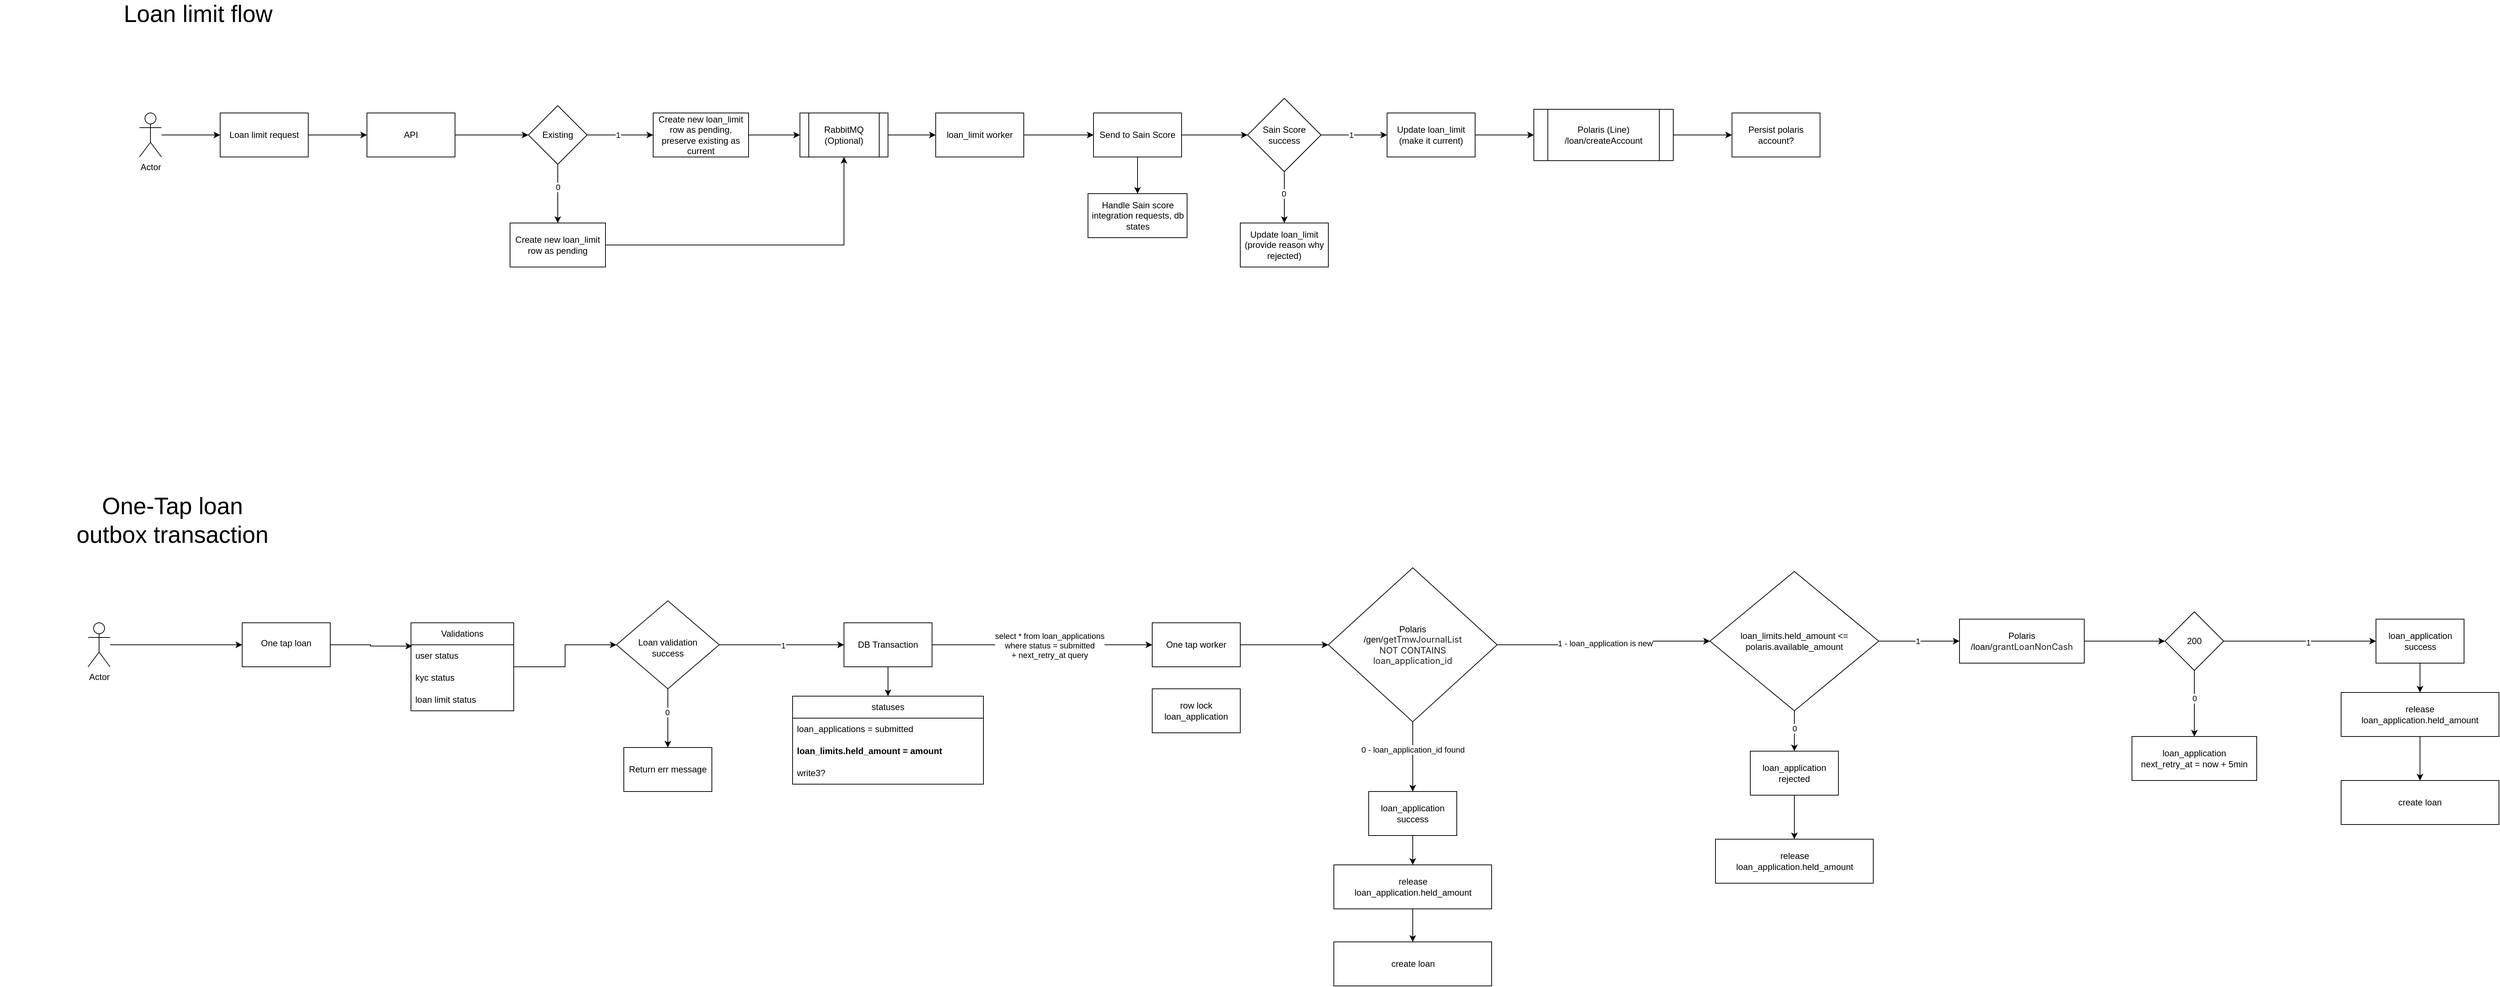
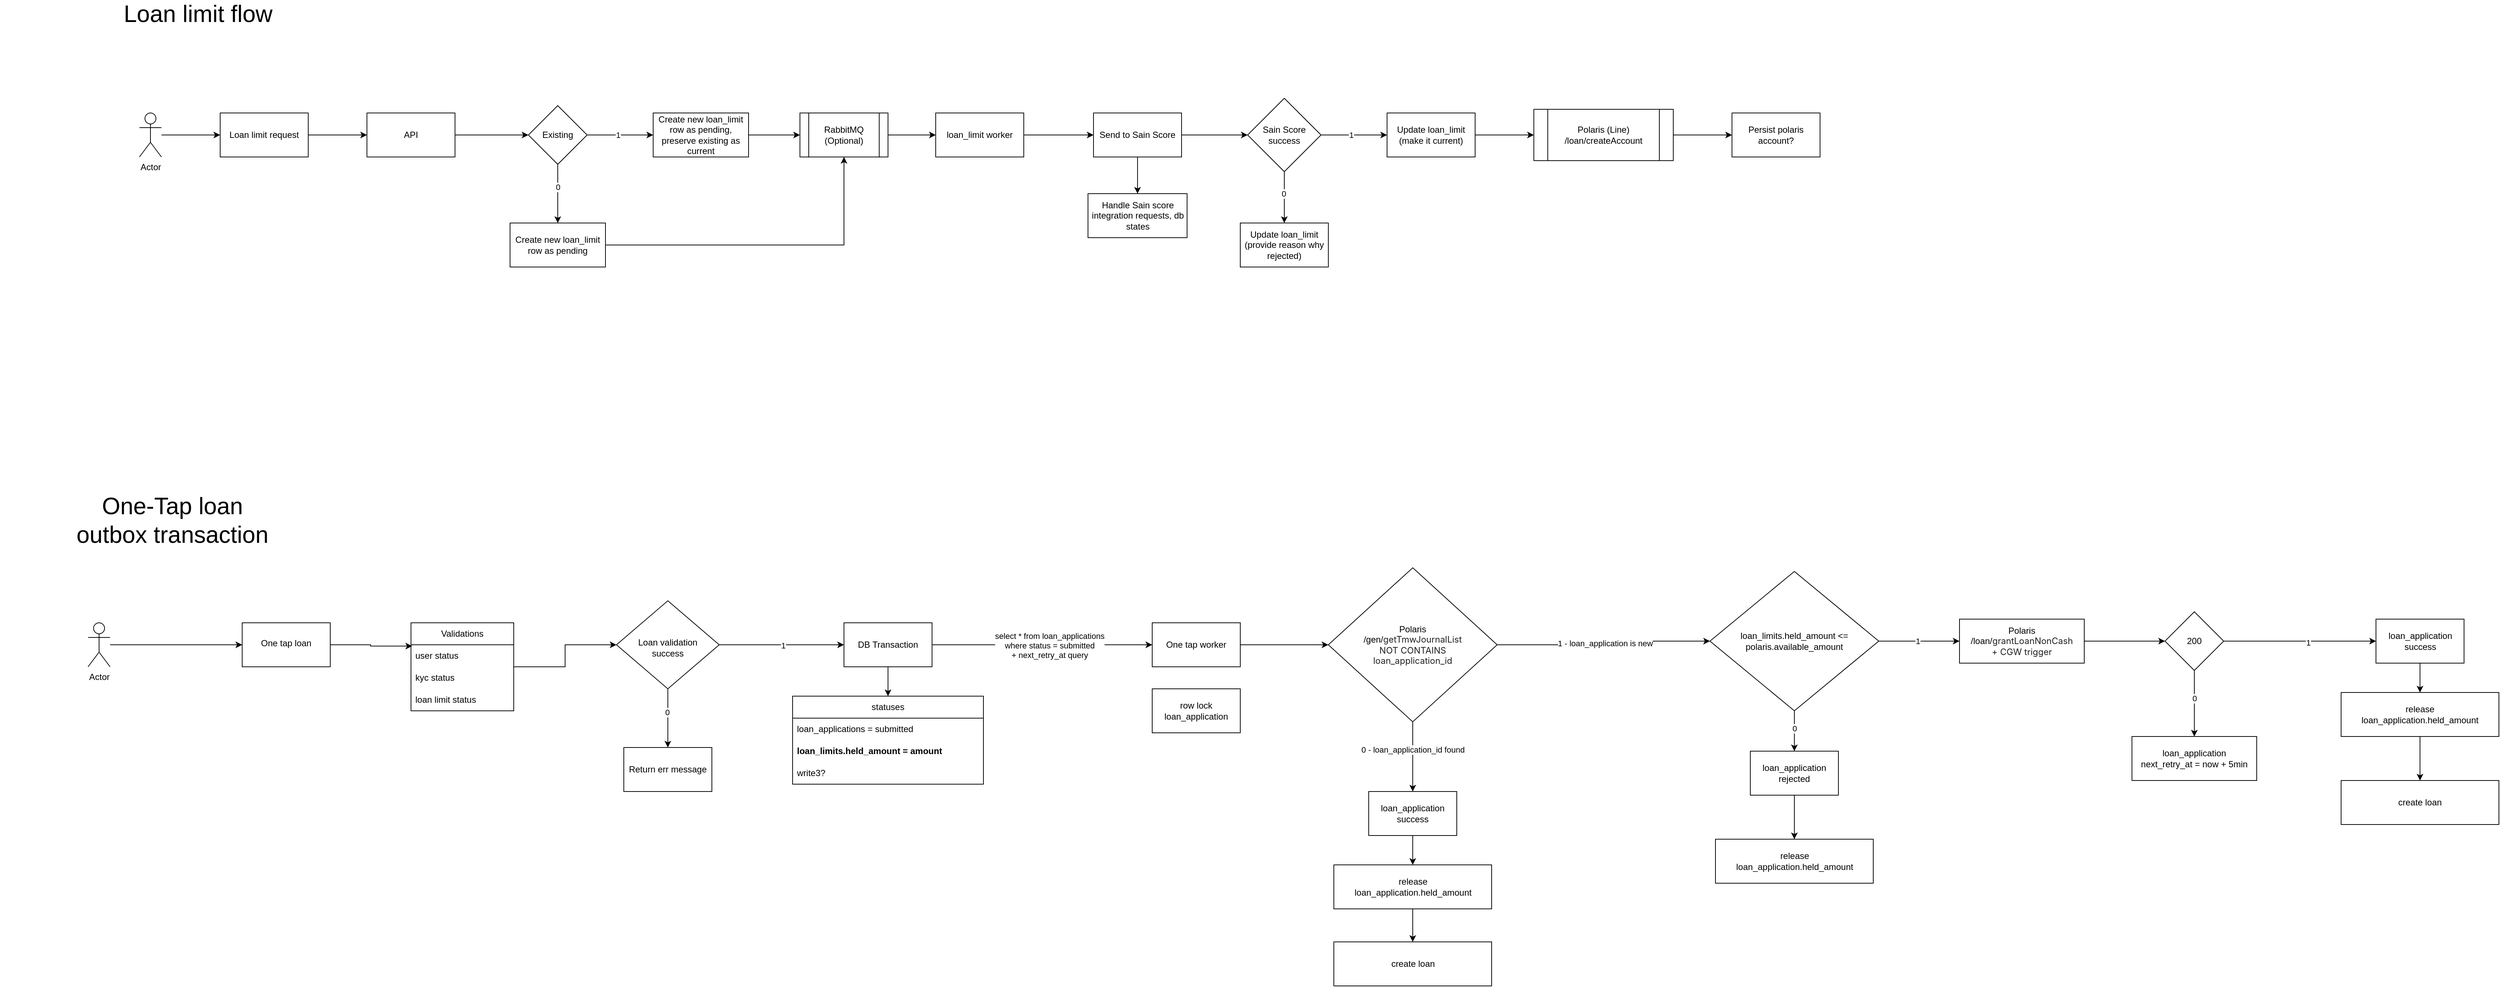
<mxfile host="app.diagrams.net">
  <diagram name="Page-1" id="VCBSuIh8bz7kurrQ0Zaz">
-     <mxGraphModel dx="2067" dy="712" grid="1" gridSize="10" guides="1" tooltips="1" connect="1" arrows="1" fold="1" page="1" pageScale="1" pageWidth="850" pageHeight="1100" math="0" shadow="0">
+     <mxGraphModel dx="2425" dy="921" grid="1" gridSize="10" guides="1" tooltips="1" connect="1" arrows="1" fold="1" page="1" pageScale="1" pageWidth="850" pageHeight="1100" math="0" shadow="0">
      <root>
        <mxCell id="0" />
        <mxCell id="1" parent="0" />
        <mxCell id="KqixbsF9o6dLofBvsG9t-5" edge="1" parent="1" source="KqixbsF9o6dLofBvsG9t-1" style="edgeStyle=orthogonalEdgeStyle;rounded=0;orthogonalLoop=1;jettySize=auto;html=1;" target="KqixbsF9o6dLofBvsG9t-4" value="">
          <mxGeometry relative="1" as="geometry" />
        </mxCell>
        <mxCell id="KqixbsF9o6dLofBvsG9t-1" parent="1" style="rounded=0;whiteSpace=wrap;html=1;" value="Loan limit request" vertex="1">
          <mxGeometry height="60" width="120" x="150" y="210" as="geometry" />
        </mxCell>
        <mxCell id="KqixbsF9o6dLofBvsG9t-3" edge="1" parent="1" source="KqixbsF9o6dLofBvsG9t-2" style="edgeStyle=orthogonalEdgeStyle;rounded=0;orthogonalLoop=1;jettySize=auto;html=1;" target="KqixbsF9o6dLofBvsG9t-1" value="">
          <mxGeometry relative="1" as="geometry" />
        </mxCell>
        <mxCell id="KqixbsF9o6dLofBvsG9t-2" parent="1" style="shape=umlActor;verticalLabelPosition=bottom;verticalAlign=top;html=1;outlineConnect=0;" value="Actor" vertex="1">
          <mxGeometry height="60" width="30" x="40" y="210" as="geometry" />
        </mxCell>
        <mxCell id="KqixbsF9o6dLofBvsG9t-9" edge="1" parent="1" source="KqixbsF9o6dLofBvsG9t-4" style="edgeStyle=orthogonalEdgeStyle;rounded=0;orthogonalLoop=1;jettySize=auto;html=1;" target="KqixbsF9o6dLofBvsG9t-8" value="">
          <mxGeometry relative="1" as="geometry" />
        </mxCell>
        <mxCell id="KqixbsF9o6dLofBvsG9t-4" parent="1" style="rounded=0;whiteSpace=wrap;html=1;" value="API" vertex="1">
          <mxGeometry height="60" width="120" x="350" y="210" as="geometry" />
        </mxCell>
        <mxCell id="KqixbsF9o6dLofBvsG9t-11" edge="1" parent="1" source="KqixbsF9o6dLofBvsG9t-8" style="edgeStyle=orthogonalEdgeStyle;rounded=0;orthogonalLoop=1;jettySize=auto;html=1;" target="KqixbsF9o6dLofBvsG9t-10" value="">
          <mxGeometry relative="1" as="geometry" />
        </mxCell>
        <mxCell id="KqixbsF9o6dLofBvsG9t-12" connectable="0" parent="KqixbsF9o6dLofBvsG9t-11" style="edgeLabel;html=1;align=center;verticalAlign=middle;resizable=0;points=[];" value="1" vertex="1">
          <mxGeometry relative="1" x="-0.079" as="geometry">
            <mxPoint as="offset" />
          </mxGeometry>
        </mxCell>
        <mxCell id="KqixbsF9o6dLofBvsG9t-14" edge="1" parent="1" source="KqixbsF9o6dLofBvsG9t-8" style="edgeStyle=orthogonalEdgeStyle;rounded=0;orthogonalLoop=1;jettySize=auto;html=1;" target="KqixbsF9o6dLofBvsG9t-13" value="">
          <mxGeometry relative="1" as="geometry" />
        </mxCell>
        <mxCell id="KqixbsF9o6dLofBvsG9t-15" connectable="0" parent="KqixbsF9o6dLofBvsG9t-14" style="edgeLabel;html=1;align=center;verticalAlign=middle;resizable=0;points=[];" value="0" vertex="1">
          <mxGeometry relative="1" x="-0.2407" as="geometry">
            <mxPoint as="offset" />
          </mxGeometry>
        </mxCell>
        <mxCell id="KqixbsF9o6dLofBvsG9t-8" parent="1" style="rhombus;whiteSpace=wrap;html=1;rounded=0;" value="Existing" vertex="1">
          <mxGeometry height="80" width="80" x="570" y="200" as="geometry" />
        </mxCell>
        <mxCell id="KqixbsF9o6dLofBvsG9t-23" edge="1" parent="1" source="KqixbsF9o6dLofBvsG9t-10" style="edgeStyle=orthogonalEdgeStyle;rounded=0;orthogonalLoop=1;jettySize=auto;html=1;" target="KqixbsF9o6dLofBvsG9t-22" value="">
          <mxGeometry relative="1" as="geometry" />
        </mxCell>
        <mxCell id="KqixbsF9o6dLofBvsG9t-10" parent="1" style="whiteSpace=wrap;html=1;rounded=0;" value="Create new loan_limit row as pending, preserve existing as current" vertex="1">
          <mxGeometry height="60" width="130" x="740" y="210" as="geometry" />
        </mxCell>
        <mxCell id="KqixbsF9o6dLofBvsG9t-26" edge="1" parent="1" source="KqixbsF9o6dLofBvsG9t-13" style="edgeStyle=orthogonalEdgeStyle;rounded=0;orthogonalLoop=1;jettySize=auto;html=1;entryX=0.5;entryY=1;entryDx=0;entryDy=0;" target="KqixbsF9o6dLofBvsG9t-22">
          <mxGeometry relative="1" as="geometry" />
        </mxCell>
        <mxCell id="KqixbsF9o6dLofBvsG9t-13" parent="1" style="whiteSpace=wrap;html=1;rounded=0;" value="Create new loan_limit row as pending" vertex="1">
          <mxGeometry height="60" width="130" x="545" y="360" as="geometry" />
        </mxCell>
        <mxCell id="KqixbsF9o6dLofBvsG9t-25" edge="1" parent="1" source="KqixbsF9o6dLofBvsG9t-22" style="edgeStyle=orthogonalEdgeStyle;rounded=0;orthogonalLoop=1;jettySize=auto;html=1;" target="KqixbsF9o6dLofBvsG9t-24" value="">
          <mxGeometry relative="1" as="geometry" />
        </mxCell>
        <mxCell id="KqixbsF9o6dLofBvsG9t-22" parent="1" style="shape=process;whiteSpace=wrap;html=1;backgroundOutline=1;rounded=0;" value="RabbitMQ (Optional)" vertex="1">
          <mxGeometry height="60" width="120" x="940" y="210" as="geometry" />
        </mxCell>
        <mxCell id="KqixbsF9o6dLofBvsG9t-28" edge="1" parent="1" source="KqixbsF9o6dLofBvsG9t-24" style="edgeStyle=orthogonalEdgeStyle;rounded=0;orthogonalLoop=1;jettySize=auto;html=1;" target="KqixbsF9o6dLofBvsG9t-27" value="">
          <mxGeometry relative="1" as="geometry" />
        </mxCell>
        <mxCell id="KqixbsF9o6dLofBvsG9t-24" parent="1" style="whiteSpace=wrap;html=1;rounded=0;" value="loan_limit worker" vertex="1">
          <mxGeometry height="60" width="120" x="1125" y="210" as="geometry" />
        </mxCell>
        <mxCell id="KqixbsF9o6dLofBvsG9t-30" edge="1" parent="1" source="KqixbsF9o6dLofBvsG9t-27" style="edgeStyle=orthogonalEdgeStyle;rounded=0;orthogonalLoop=1;jettySize=auto;html=1;" target="KqixbsF9o6dLofBvsG9t-29" value="">
          <mxGeometry relative="1" as="geometry" />
        </mxCell>
        <mxCell id="KqixbsF9o6dLofBvsG9t-38" edge="1" parent="1" source="KqixbsF9o6dLofBvsG9t-27" style="edgeStyle=orthogonalEdgeStyle;rounded=0;orthogonalLoop=1;jettySize=auto;html=1;" target="KqixbsF9o6dLofBvsG9t-37" value="">
          <mxGeometry relative="1" as="geometry" />
        </mxCell>
        <mxCell id="KqixbsF9o6dLofBvsG9t-27" parent="1" style="whiteSpace=wrap;html=1;rounded=0;" value="Send to Sain Score" vertex="1">
          <mxGeometry height="60" width="120" x="1340" y="210" as="geometry" />
        </mxCell>
        <mxCell id="KqixbsF9o6dLofBvsG9t-32" edge="1" parent="1" source="KqixbsF9o6dLofBvsG9t-29" style="edgeStyle=orthogonalEdgeStyle;rounded=0;orthogonalLoop=1;jettySize=auto;html=1;" target="KqixbsF9o6dLofBvsG9t-31" value="">
          <mxGeometry relative="1" as="geometry" />
        </mxCell>
        <mxCell id="KqixbsF9o6dLofBvsG9t-33" connectable="0" parent="KqixbsF9o6dLofBvsG9t-32" style="edgeLabel;html=1;align=center;verticalAlign=middle;resizable=0;points=[];" value="1" vertex="1">
          <mxGeometry relative="1" x="-0.1048" as="geometry">
            <mxPoint as="offset" />
          </mxGeometry>
        </mxCell>
        <mxCell id="KqixbsF9o6dLofBvsG9t-35" edge="1" parent="1" source="KqixbsF9o6dLofBvsG9t-29" style="edgeStyle=orthogonalEdgeStyle;rounded=0;orthogonalLoop=1;jettySize=auto;html=1;" target="KqixbsF9o6dLofBvsG9t-34" value="">
          <mxGeometry relative="1" as="geometry" />
        </mxCell>
        <mxCell id="KqixbsF9o6dLofBvsG9t-36" connectable="0" parent="KqixbsF9o6dLofBvsG9t-35" style="edgeLabel;html=1;align=center;verticalAlign=middle;resizable=0;points=[];" value="0" vertex="1">
          <mxGeometry relative="1" x="-0.1429" y="-1" as="geometry">
            <mxPoint as="offset" />
          </mxGeometry>
        </mxCell>
        <mxCell id="KqixbsF9o6dLofBvsG9t-29" parent="1" style="rhombus;whiteSpace=wrap;html=1;rounded=0;" value="Sain Score success" vertex="1">
          <mxGeometry height="100" width="100" x="1550" y="190" as="geometry" />
        </mxCell>
        <mxCell id="KqixbsF9o6dLofBvsG9t-66" edge="1" parent="1" source="KqixbsF9o6dLofBvsG9t-31" style="edgeStyle=orthogonalEdgeStyle;rounded=0;orthogonalLoop=1;jettySize=auto;html=1;" target="KqixbsF9o6dLofBvsG9t-65" value="">
          <mxGeometry relative="1" as="geometry" />
        </mxCell>
        <mxCell id="KqixbsF9o6dLofBvsG9t-31" parent="1" style="whiteSpace=wrap;html=1;rounded=0;" value="Update loan_limit (make it current)" vertex="1">
          <mxGeometry height="60" width="120" x="1740" y="210" as="geometry" />
        </mxCell>
        <mxCell id="KqixbsF9o6dLofBvsG9t-34" parent="1" style="whiteSpace=wrap;html=1;rounded=0;" value="Update loan_limit&lt;br&gt;(provide reason why rejected)" vertex="1">
          <mxGeometry height="60" width="120" x="1540" y="360" as="geometry" />
        </mxCell>
        <mxCell id="KqixbsF9o6dLofBvsG9t-37" parent="1" style="whiteSpace=wrap;html=1;rounded=0;" value="Handle Sain score integration requests, db states" vertex="1">
          <mxGeometry height="60" width="135" x="1332.5" y="320" as="geometry" />
        </mxCell>
        <mxCell id="KqixbsF9o6dLofBvsG9t-40" parent="1" style="text;html=1;whiteSpace=wrap;strokeColor=none;fillColor=none;align=center;verticalAlign=middle;rounded=0;fontSize=32;" value="Loan limit flow" vertex="1">
          <mxGeometry height="30" width="260" x="-10" y="60" as="geometry" />
        </mxCell>
        <mxCell id="KqixbsF9o6dLofBvsG9t-74" edge="1" parent="1" source="KqixbsF9o6dLofBvsG9t-65" style="edgeStyle=orthogonalEdgeStyle;rounded=0;orthogonalLoop=1;jettySize=auto;html=1;" target="KqixbsF9o6dLofBvsG9t-73" value="">
          <mxGeometry relative="1" as="geometry" />
        </mxCell>
        <mxCell id="KqixbsF9o6dLofBvsG9t-65" parent="1" style="shape=process;whiteSpace=wrap;html=1;backgroundOutline=1;rounded=0;" value="Polaris (Line)&lt;br&gt;/loan/createAccount" vertex="1">
          <mxGeometry height="70" width="190" x="1940" y="205" as="geometry" />
        </mxCell>
        <mxCell id="KqixbsF9o6dLofBvsG9t-73" parent="1" style="whiteSpace=wrap;html=1;rounded=0;" value="Persist polaris account?" vertex="1">
          <mxGeometry height="60" width="120" x="2210" y="210" as="geometry" />
        </mxCell>
        <mxCell id="U8Ajh8Gpa-m2DNKNFQys-1" parent="1" style="text;html=1;whiteSpace=wrap;strokeColor=none;fillColor=none;align=center;verticalAlign=middle;rounded=0;fontSize=32;" value="One-Tap loan&lt;br&gt;outbox transaction" vertex="1">
          <mxGeometry height="30" width="470" x="-150" y="750" as="geometry" />
        </mxCell>
        <mxCell id="In8fDh9ZLN2M87an2Miy-1" edge="1" parent="1" source="In8fDh9ZLN2M87an2Miy-2" style="edgeStyle=orthogonalEdgeStyle;rounded=0;orthogonalLoop=1;jettySize=auto;html=1;" target="In8fDh9ZLN2M87an2Miy-4" value="">
          <mxGeometry relative="1" as="geometry" />
        </mxCell>
        <mxCell id="In8fDh9ZLN2M87an2Miy-2" parent="1" style="shape=umlActor;verticalLabelPosition=bottom;verticalAlign=top;html=1;outlineConnect=0;" value="Actor" vertex="1">
          <mxGeometry height="60" width="30" x="-30" y="905" as="geometry" />
        </mxCell>
        <mxCell id="In8fDh9ZLN2M87an2Miy-3" edge="1" parent="1" source="In8fDh9ZLN2M87an2Miy-4" style="edgeStyle=orthogonalEdgeStyle;rounded=0;orthogonalLoop=1;jettySize=auto;html=1;entryX=0.011;entryY=0.06;entryDx=0;entryDy=0;entryPerimeter=0;" target="In8fDh9ZLN2M87an2Miy-28" value="">
          <mxGeometry relative="1" as="geometry">
            <mxPoint x="390" y="935" as="targetPoint" />
          </mxGeometry>
        </mxCell>
        <mxCell id="In8fDh9ZLN2M87an2Miy-4" parent="1" style="whiteSpace=wrap;html=1;verticalAlign=top;" value="&lt;div&gt;&lt;br&gt;&lt;/div&gt;&lt;div&gt;One tap loan&lt;/div&gt;" vertex="1">
          <mxGeometry height="60" width="120" x="180" y="905" as="geometry" />
        </mxCell>
        <mxCell id="In8fDh9ZLN2M87an2Miy-5" edge="1" parent="1" source="In8fDh9ZLN2M87an2Miy-9" style="edgeStyle=orthogonalEdgeStyle;rounded=0;orthogonalLoop=1;jettySize=auto;html=1;" target="In8fDh9ZLN2M87an2Miy-12" value="">
          <mxGeometry relative="1" as="geometry" />
        </mxCell>
        <mxCell id="In8fDh9ZLN2M87an2Miy-6" connectable="0" parent="In8fDh9ZLN2M87an2Miy-5" style="edgeLabel;html=1;align=center;verticalAlign=middle;resizable=0;points=[];" value="1" vertex="1">
          <mxGeometry relative="1" x="0.0162" y="-1" as="geometry">
            <mxPoint as="offset" />
          </mxGeometry>
        </mxCell>
        <mxCell id="In8fDh9ZLN2M87an2Miy-7" edge="1" parent="1" source="In8fDh9ZLN2M87an2Miy-9" style="edgeStyle=orthogonalEdgeStyle;rounded=0;orthogonalLoop=1;jettySize=auto;html=1;" target="In8fDh9ZLN2M87an2Miy-13" value="">
          <mxGeometry relative="1" as="geometry" />
        </mxCell>
        <mxCell id="In8fDh9ZLN2M87an2Miy-8" connectable="0" parent="In8fDh9ZLN2M87an2Miy-7" style="edgeLabel;html=1;align=center;verticalAlign=middle;resizable=0;points=[];" value="0" vertex="1">
          <mxGeometry relative="1" x="-0.2091" y="-1" as="geometry">
            <mxPoint as="offset" />
          </mxGeometry>
        </mxCell>
        <mxCell id="In8fDh9ZLN2M87an2Miy-9" parent="1" style="rhombus;whiteSpace=wrap;html=1;verticalAlign=top;" value="&lt;br&gt;&lt;br&gt;&lt;div&gt;&lt;br&gt;&lt;/div&gt;&lt;div&gt;Loan validation&lt;br&gt;success&lt;/div&gt;" vertex="1">
          <mxGeometry height="120" width="140" x="690" y="875" as="geometry" />
        </mxCell>
        <mxCell id="In8fDh9ZLN2M87an2Miy-10" edge="1" parent="1" source="In8fDh9ZLN2M87an2Miy-12" style="edgeStyle=orthogonalEdgeStyle;rounded=0;orthogonalLoop=1;jettySize=auto;html=1;entryX=0.5;entryY=0;entryDx=0;entryDy=0;" target="In8fDh9ZLN2M87an2Miy-14">
          <mxGeometry relative="1" as="geometry" />
        </mxCell>
        <mxCell id="In8fDh9ZLN2M87an2Miy-54" edge="1" parent="1" source="In8fDh9ZLN2M87an2Miy-12" style="edgeStyle=orthogonalEdgeStyle;rounded=0;orthogonalLoop=1;jettySize=auto;html=1;" target="In8fDh9ZLN2M87an2Miy-53" value="">
          <mxGeometry relative="1" as="geometry" />
        </mxCell>
        <mxCell id="In8fDh9ZLN2M87an2Miy-55" connectable="0" parent="In8fDh9ZLN2M87an2Miy-54" style="edgeLabel;html=1;align=center;verticalAlign=middle;resizable=0;points=[];" value="select * from loan_applications&lt;br&gt;where status = submitted&lt;br&gt;+ next_retry_at query" vertex="1">
          <mxGeometry relative="1" x="0.0637" y="-1" as="geometry">
            <mxPoint as="offset" />
          </mxGeometry>
        </mxCell>
        <mxCell id="In8fDh9ZLN2M87an2Miy-12" parent="1" style="whiteSpace=wrap;html=1;verticalAlign=middle;" value="DB Transaction" vertex="1">
          <mxGeometry height="60" width="120" x="1000" y="905" as="geometry" />
        </mxCell>
        <mxCell id="In8fDh9ZLN2M87an2Miy-13" parent="1" style="whiteSpace=wrap;html=1;verticalAlign=middle;" value="Return err message" vertex="1">
          <mxGeometry height="60" width="120" x="700" y="1075" as="geometry" />
        </mxCell>
        <mxCell id="In8fDh9ZLN2M87an2Miy-14" parent="1" style="swimlane;fontStyle=0;childLayout=stackLayout;horizontal=1;startSize=30;horizontalStack=0;resizeParent=1;resizeParentMax=0;resizeLast=0;collapsible=1;marginBottom=0;whiteSpace=wrap;html=1;" value="statuses" vertex="1">
          <mxGeometry height="120" width="260" x="930" y="1005" as="geometry" />
        </mxCell>
        <mxCell id="In8fDh9ZLN2M87an2Miy-15" parent="In8fDh9ZLN2M87an2Miy-14" style="text;strokeColor=none;fillColor=none;align=left;verticalAlign=middle;spacingLeft=4;spacingRight=4;overflow=hidden;points=[[0,0.5],[1,0.5]];portConstraint=eastwest;rotatable=0;whiteSpace=wrap;html=1;" value="loan_applications = submitted" vertex="1">
          <mxGeometry height="30" width="260" y="30" as="geometry" />
        </mxCell>
        <mxCell id="In8fDh9ZLN2M87an2Miy-16" parent="In8fDh9ZLN2M87an2Miy-14" style="text;strokeColor=none;fillColor=none;align=left;verticalAlign=middle;spacingLeft=4;spacingRight=4;overflow=hidden;points=[[0,0.5],[1,0.5]];portConstraint=eastwest;rotatable=0;whiteSpace=wrap;html=1;fontStyle=1" value="loan_limits.held_amount = amount" vertex="1">
          <mxGeometry height="30" width="260" y="60" as="geometry" />
        </mxCell>
        <mxCell id="In8fDh9ZLN2M87an2Miy-17" parent="In8fDh9ZLN2M87an2Miy-14" style="text;strokeColor=none;fillColor=none;align=left;verticalAlign=middle;spacingLeft=4;spacingRight=4;overflow=hidden;points=[[0,0.5],[1,0.5]];portConstraint=eastwest;rotatable=0;whiteSpace=wrap;html=1;" value="write3?" vertex="1">
          <mxGeometry height="30" width="260" y="90" as="geometry" />
        </mxCell>
        <mxCell id="In8fDh9ZLN2M87an2Miy-32" edge="1" parent="1" source="In8fDh9ZLN2M87an2Miy-27" style="edgeStyle=orthogonalEdgeStyle;rounded=0;orthogonalLoop=1;jettySize=auto;html=1;entryX=0;entryY=0.5;entryDx=0;entryDy=0;" target="In8fDh9ZLN2M87an2Miy-9">
          <mxGeometry relative="1" as="geometry" />
        </mxCell>
        <mxCell id="In8fDh9ZLN2M87an2Miy-27" parent="1" style="swimlane;fontStyle=0;childLayout=stackLayout;horizontal=1;startSize=30;horizontalStack=0;resizeParent=1;resizeParentMax=0;resizeLast=0;collapsible=1;marginBottom=0;whiteSpace=wrap;html=1;" value="Validations" vertex="1">
          <mxGeometry height="120" width="140" x="410" y="905" as="geometry" />
        </mxCell>
        <mxCell id="In8fDh9ZLN2M87an2Miy-28" parent="In8fDh9ZLN2M87an2Miy-27" style="text;strokeColor=none;fillColor=none;align=left;verticalAlign=middle;spacingLeft=4;spacingRight=4;overflow=hidden;points=[[0,0.5],[1,0.5]];portConstraint=eastwest;rotatable=0;whiteSpace=wrap;html=1;" value="user status" vertex="1">
          <mxGeometry height="30" width="140" y="30" as="geometry" />
        </mxCell>
        <mxCell id="In8fDh9ZLN2M87an2Miy-29" parent="In8fDh9ZLN2M87an2Miy-27" style="text;strokeColor=none;fillColor=none;align=left;verticalAlign=middle;spacingLeft=4;spacingRight=4;overflow=hidden;points=[[0,0.5],[1,0.5]];portConstraint=eastwest;rotatable=0;whiteSpace=wrap;html=1;" value="kyc status" vertex="1">
          <mxGeometry height="30" width="140" y="60" as="geometry" />
        </mxCell>
        <mxCell id="In8fDh9ZLN2M87an2Miy-33" parent="In8fDh9ZLN2M87an2Miy-27" style="text;strokeColor=none;fillColor=none;align=left;verticalAlign=middle;spacingLeft=4;spacingRight=4;overflow=hidden;points=[[0,0.5],[1,0.5]];portConstraint=eastwest;rotatable=0;whiteSpace=wrap;html=1;" value="loan limit status" vertex="1">
          <mxGeometry height="30" width="140" y="90" as="geometry" />
        </mxCell>
        <mxCell id="In8fDh9ZLN2M87an2Miy-70" edge="1" parent="1" source="In8fDh9ZLN2M87an2Miy-53" style="edgeStyle=orthogonalEdgeStyle;rounded=0;orthogonalLoop=1;jettySize=auto;html=1;entryX=0;entryY=0.5;entryDx=0;entryDy=0;" target="In8fDh9ZLN2M87an2Miy-69">
          <mxGeometry relative="1" as="geometry" />
        </mxCell>
        <mxCell id="In8fDh9ZLN2M87an2Miy-53" parent="1" style="whiteSpace=wrap;html=1;" value="One tap worker" vertex="1">
          <mxGeometry height="60" width="120" x="1420" y="905" as="geometry" />
        </mxCell>
        <mxCell id="In8fDh9ZLN2M87an2Miy-67" edge="1" parent="1" source="In8fDh9ZLN2M87an2Miy-58" style="edgeStyle=orthogonalEdgeStyle;rounded=0;orthogonalLoop=1;jettySize=auto;html=1;entryX=0;entryY=0.5;entryDx=0;entryDy=0;" target="In8fDh9ZLN2M87an2Miy-66" value="">
          <mxGeometry relative="1" as="geometry">
            <mxPoint x="2815" y="930" as="targetPoint" />
          </mxGeometry>
        </mxCell>
-         <mxCell id="In8fDh9ZLN2M87an2Miy-58" parent="1" style="whiteSpace=wrap;html=1;" value="Polaris /loan/&lt;span style=&quot;color: rgb(33, 33, 33); font-family: Inter, system-ui, -apple-system, &amp;quot;system-ui&amp;quot;, &amp;quot;Segoe UI&amp;quot;, Roboto, Oxygen, Ubuntu, Cantarell, &amp;quot;Fira Sans&amp;quot;, &amp;quot;Droid Sans&amp;quot;, Helvetica, Arial, sans-serif; text-align: left; white-space: pre-wrap; background-color: rgb(255, 255, 255);&quot;&gt;grantLoanNonCash&lt;/span&gt;" vertex="1">
+         <mxCell id="In8fDh9ZLN2M87an2Miy-58" parent="1" style="whiteSpace=wrap;html=1;" value="Polaris /loan/&lt;span style=&quot;color: rgb(33, 33, 33); font-family: Inter, system-ui, -apple-system, &amp;quot;system-ui&amp;quot;, &amp;quot;Segoe UI&amp;quot;, Roboto, Oxygen, Ubuntu, Cantarell, &amp;quot;Fira Sans&amp;quot;, &amp;quot;Droid Sans&amp;quot;, Helvetica, Arial, sans-serif; text-align: left; white-space: pre-wrap; background-color: rgb(255, 255, 255);&quot;&gt;grantLoanNonCash&lt;br/&gt;+ CGW trigger&lt;/span&gt;" vertex="1">
          <mxGeometry height="60" width="170" x="2520" y="900" as="geometry" />
        </mxCell>
        <mxCell id="In8fDh9ZLN2M87an2Miy-62" edge="1" parent="1" source="In8fDh9ZLN2M87an2Miy-59" style="edgeStyle=orthogonalEdgeStyle;rounded=0;orthogonalLoop=1;jettySize=auto;html=1;" target="In8fDh9ZLN2M87an2Miy-61" value="">
          <mxGeometry relative="1" as="geometry" />
        </mxCell>
        <mxCell id="In8fDh9ZLN2M87an2Miy-91" connectable="0" parent="In8fDh9ZLN2M87an2Miy-62" style="edgeLabel;html=1;align=center;verticalAlign=middle;resizable=0;points=[];" value="0" vertex="1">
          <mxGeometry relative="1" x="-0.1431" as="geometry">
            <mxPoint as="offset" />
          </mxGeometry>
        </mxCell>
        <mxCell id="In8fDh9ZLN2M87an2Miy-65" edge="1" parent="1" source="In8fDh9ZLN2M87an2Miy-59" style="edgeStyle=orthogonalEdgeStyle;rounded=0;orthogonalLoop=1;jettySize=auto;html=1;" target="In8fDh9ZLN2M87an2Miy-58">
          <mxGeometry relative="1" as="geometry" />
        </mxCell>
        <mxCell id="In8fDh9ZLN2M87an2Miy-90" connectable="0" parent="In8fDh9ZLN2M87an2Miy-65" style="edgeLabel;html=1;align=center;verticalAlign=middle;resizable=0;points=[];" value="1" vertex="1">
          <mxGeometry relative="1" x="-0.0451" as="geometry">
            <mxPoint as="offset" />
          </mxGeometry>
        </mxCell>
        <mxCell id="In8fDh9ZLN2M87an2Miy-59" parent="1" style="rhombus;whiteSpace=wrap;html=1;" value="loan_limits.held_amount &amp;lt;= polaris.available_amount" vertex="1">
          <mxGeometry height="190" width="230" x="2180" y="835" as="geometry" />
        </mxCell>
        <mxCell id="In8fDh9ZLN2M87an2Miy-64" edge="1" parent="1" source="In8fDh9ZLN2M87an2Miy-61" style="edgeStyle=orthogonalEdgeStyle;rounded=0;orthogonalLoop=1;jettySize=auto;html=1;" target="In8fDh9ZLN2M87an2Miy-63" value="">
          <mxGeometry relative="1" as="geometry" />
        </mxCell>
        <mxCell id="In8fDh9ZLN2M87an2Miy-61" parent="1" style="whiteSpace=wrap;html=1;" value="loan_application&lt;br&gt;rejected" vertex="1">
          <mxGeometry height="60" width="120" x="2235" y="1080" as="geometry" />
        </mxCell>
        <mxCell id="In8fDh9ZLN2M87an2Miy-63" parent="1" style="whiteSpace=wrap;html=1;" value="release &lt;br&gt;loan_application.held_amount" vertex="1">
          <mxGeometry height="60" width="215" x="2187.5" y="1200" as="geometry" />
        </mxCell>
        <mxCell id="In8fDh9ZLN2M87an2Miy-81" edge="1" parent="1" source="In8fDh9ZLN2M87an2Miy-66" style="edgeStyle=orthogonalEdgeStyle;rounded=0;orthogonalLoop=1;jettySize=auto;html=1;entryX=0;entryY=0.5;entryDx=0;entryDy=0;" target="In8fDh9ZLN2M87an2Miy-79">
          <mxGeometry relative="1" as="geometry" />
        </mxCell>
        <mxCell id="In8fDh9ZLN2M87an2Miy-92" connectable="0" parent="In8fDh9ZLN2M87an2Miy-81" style="edgeLabel;html=1;align=center;verticalAlign=middle;resizable=0;points=[];" value="1" vertex="1">
          <mxGeometry relative="1" x="0.1055" y="-2" as="geometry">
            <mxPoint as="offset" />
          </mxGeometry>
        </mxCell>
        <mxCell id="In8fDh9ZLN2M87an2Miy-83" edge="1" parent="1" source="In8fDh9ZLN2M87an2Miy-66" style="edgeStyle=orthogonalEdgeStyle;rounded=0;orthogonalLoop=1;jettySize=auto;html=1;" target="In8fDh9ZLN2M87an2Miy-82" value="">
          <mxGeometry relative="1" as="geometry" />
        </mxCell>
        <mxCell id="In8fDh9ZLN2M87an2Miy-93" connectable="0" parent="In8fDh9ZLN2M87an2Miy-83" style="edgeLabel;html=1;align=center;verticalAlign=middle;resizable=0;points=[];" value="0" vertex="1">
          <mxGeometry relative="1" x="-0.1623" as="geometry">
            <mxPoint as="offset" />
          </mxGeometry>
        </mxCell>
        <mxCell id="In8fDh9ZLN2M87an2Miy-66" parent="1" style="rhombus;whiteSpace=wrap;html=1;" value="200" vertex="1">
          <mxGeometry height="80" width="80" x="2800" y="890" as="geometry" />
        </mxCell>
        <mxCell id="In8fDh9ZLN2M87an2Miy-68" parent="1" style="whiteSpace=wrap;html=1;" value="row lock&lt;br&gt;loan_application" vertex="1">
          <mxGeometry height="60" width="120" x="1420" y="995" as="geometry" />
        </mxCell>
        <mxCell id="In8fDh9ZLN2M87an2Miy-71" edge="1" parent="1" source="In8fDh9ZLN2M87an2Miy-69" style="edgeStyle=orthogonalEdgeStyle;rounded=0;orthogonalLoop=1;jettySize=auto;html=1;entryX=0;entryY=0.5;entryDx=0;entryDy=0;" target="In8fDh9ZLN2M87an2Miy-59">
          <mxGeometry relative="1" as="geometry" />
        </mxCell>
        <mxCell id="In8fDh9ZLN2M87an2Miy-77" connectable="0" parent="In8fDh9ZLN2M87an2Miy-71" style="edgeLabel;html=1;align=center;verticalAlign=middle;resizable=0;points=[];" value="1 - loan_application is new" vertex="1">
          <mxGeometry relative="1" x="0.0312" y="-3" as="geometry">
            <mxPoint as="offset" />
          </mxGeometry>
        </mxCell>
        <mxCell id="In8fDh9ZLN2M87an2Miy-73" edge="1" parent="1" source="In8fDh9ZLN2M87an2Miy-69" style="edgeStyle=orthogonalEdgeStyle;rounded=0;orthogonalLoop=1;jettySize=auto;html=1;" target="In8fDh9ZLN2M87an2Miy-72" value="">
          <mxGeometry relative="1" as="geometry" />
        </mxCell>
        <mxCell id="In8fDh9ZLN2M87an2Miy-74" connectable="0" parent="In8fDh9ZLN2M87an2Miy-73" style="edgeLabel;html=1;align=center;verticalAlign=middle;resizable=0;points=[];" value="0 - loan_application_id found" vertex="1">
          <mxGeometry relative="1" x="-0.1975" as="geometry">
            <mxPoint as="offset" />
          </mxGeometry>
        </mxCell>
        <mxCell id="In8fDh9ZLN2M87an2Miy-69" parent="1" style="rhombus;whiteSpace=wrap;html=1;" value="Polaris&lt;br&gt;/gen/&lt;span style=&quot;white-space: pre-wrap; color: rgb(33, 33, 33); font-family: Inter, system-ui, -apple-system, &amp;quot;system-ui&amp;quot;, &amp;quot;Segoe UI&amp;quot;, Roboto, Oxygen, Ubuntu, Cantarell, &amp;quot;Fira Sans&amp;quot;, &amp;quot;Droid Sans&amp;quot;, Helvetica, Arial, sans-serif; text-align: left; background-color: rgb(255, 255, 255);&quot;&gt;getTmwJournalList&lt;br&gt;NOT CONTAINS&lt;br&gt;loan_application_id&lt;/span&gt;" vertex="1">
          <mxGeometry height="210" width="230" x="1660" y="830" as="geometry" />
        </mxCell>
        <mxCell id="In8fDh9ZLN2M87an2Miy-76" edge="1" parent="1" source="In8fDh9ZLN2M87an2Miy-72" style="edgeStyle=orthogonalEdgeStyle;rounded=0;orthogonalLoop=1;jettySize=auto;html=1;" target="In8fDh9ZLN2M87an2Miy-75" value="">
          <mxGeometry relative="1" as="geometry" />
        </mxCell>
        <mxCell id="In8fDh9ZLN2M87an2Miy-72" parent="1" style="whiteSpace=wrap;html=1;" value="loan_application&lt;br&gt;success" vertex="1">
          <mxGeometry height="60" width="120" x="1715" y="1135" as="geometry" />
        </mxCell>
        <mxCell id="In8fDh9ZLN2M87an2Miy-85" edge="1" parent="1" source="In8fDh9ZLN2M87an2Miy-75" style="edgeStyle=orthogonalEdgeStyle;rounded=0;orthogonalLoop=1;jettySize=auto;html=1;" target="In8fDh9ZLN2M87an2Miy-84" value="">
          <mxGeometry relative="1" as="geometry" />
        </mxCell>
        <mxCell id="In8fDh9ZLN2M87an2Miy-75" parent="1" style="whiteSpace=wrap;html=1;" value="release &lt;br&gt;loan_application.held_amount" vertex="1">
          <mxGeometry height="60" width="215" x="1667.5" y="1235" as="geometry" />
        </mxCell>
        <mxCell id="In8fDh9ZLN2M87an2Miy-78" edge="1" parent="1" source="In8fDh9ZLN2M87an2Miy-79" style="edgeStyle=orthogonalEdgeStyle;rounded=0;orthogonalLoop=1;jettySize=auto;html=1;" target="In8fDh9ZLN2M87an2Miy-80" value="">
          <mxGeometry relative="1" as="geometry" />
        </mxCell>
        <mxCell id="In8fDh9ZLN2M87an2Miy-79" parent="1" style="whiteSpace=wrap;html=1;" value="loan_application&lt;br&gt;success" vertex="1">
          <mxGeometry height="60" width="120" x="3087.5" y="900" as="geometry" />
        </mxCell>
        <mxCell id="In8fDh9ZLN2M87an2Miy-89" edge="1" parent="1" source="In8fDh9ZLN2M87an2Miy-80" style="edgeStyle=orthogonalEdgeStyle;rounded=0;orthogonalLoop=1;jettySize=auto;html=1;" target="In8fDh9ZLN2M87an2Miy-88" value="">
          <mxGeometry relative="1" as="geometry" />
        </mxCell>
        <mxCell id="In8fDh9ZLN2M87an2Miy-80" parent="1" style="whiteSpace=wrap;html=1;" value="release &lt;br&gt;loan_application.held_amount" vertex="1">
          <mxGeometry height="60" width="215" x="3040" y="1000" as="geometry" />
        </mxCell>
        <mxCell id="In8fDh9ZLN2M87an2Miy-82" parent="1" style="whiteSpace=wrap;html=1;" value="loan_application&lt;br&gt;next_retry_at = now + 5min" vertex="1">
          <mxGeometry height="60" width="170" x="2755" y="1060" as="geometry" />
        </mxCell>
        <mxCell id="In8fDh9ZLN2M87an2Miy-84" parent="1" style="whiteSpace=wrap;html=1;" value="create loan" vertex="1">
          <mxGeometry height="60" width="215" x="1667.5" y="1340" as="geometry" />
        </mxCell>
        <mxCell id="In8fDh9ZLN2M87an2Miy-88" parent="1" style="whiteSpace=wrap;html=1;" value="create loan" vertex="1">
          <mxGeometry height="60" width="215" x="3040" y="1120" as="geometry" />
        </mxCell>
      </root>
    </mxGraphModel>
  </diagram>
</mxfile>
